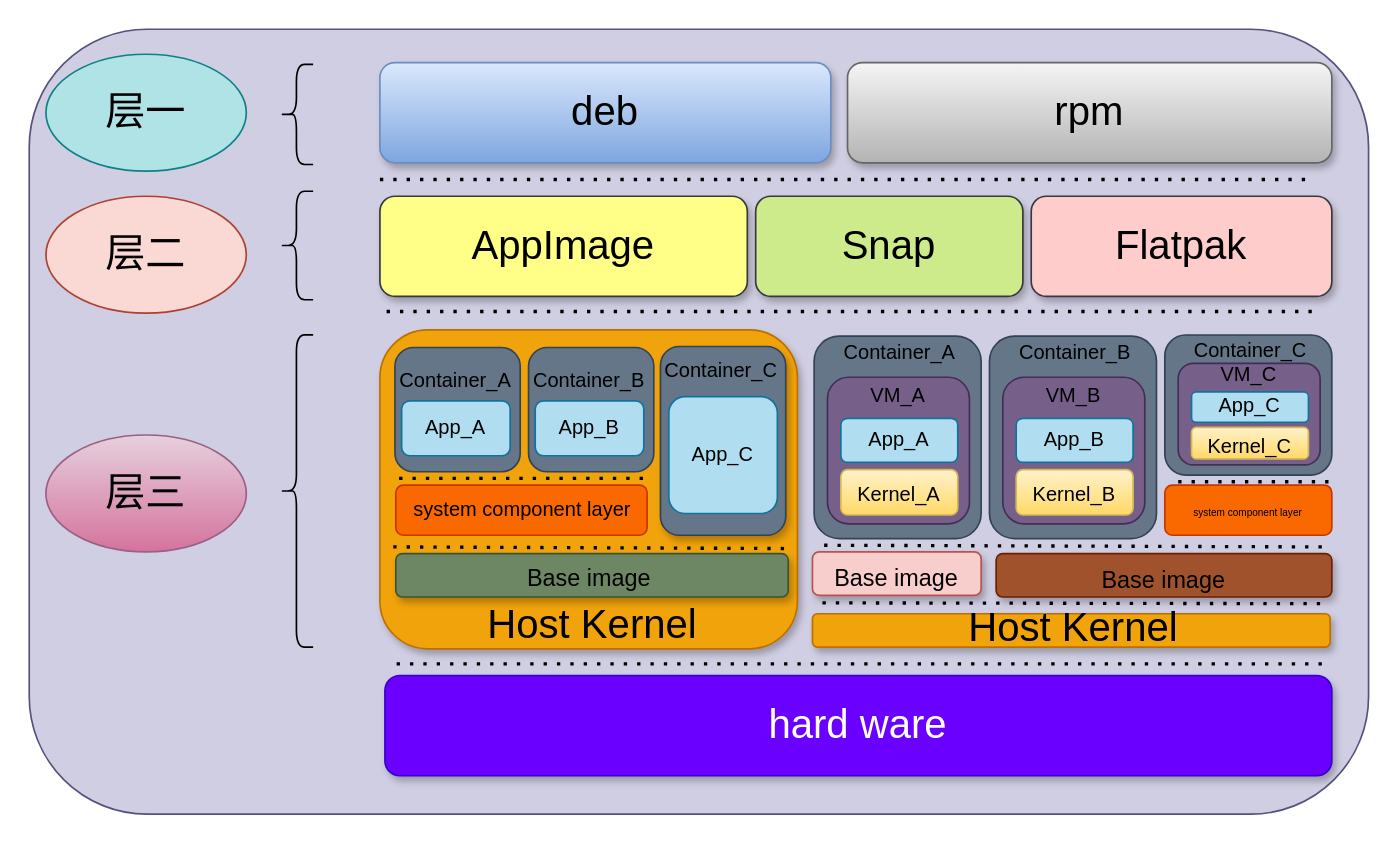
Doorer/draw.io-1 keeps this draw.io diagram as appcomparch.drawio. Above is the earlier version. Source tidied: cells renumbered, new cells numbered last; positions are measured from the earlier drawing's top-left corner, leaving out a move shared by most shapes. Both pictures are drawn from the tidied source at 167%, with x=0, y=0 at pixel (28, 28).
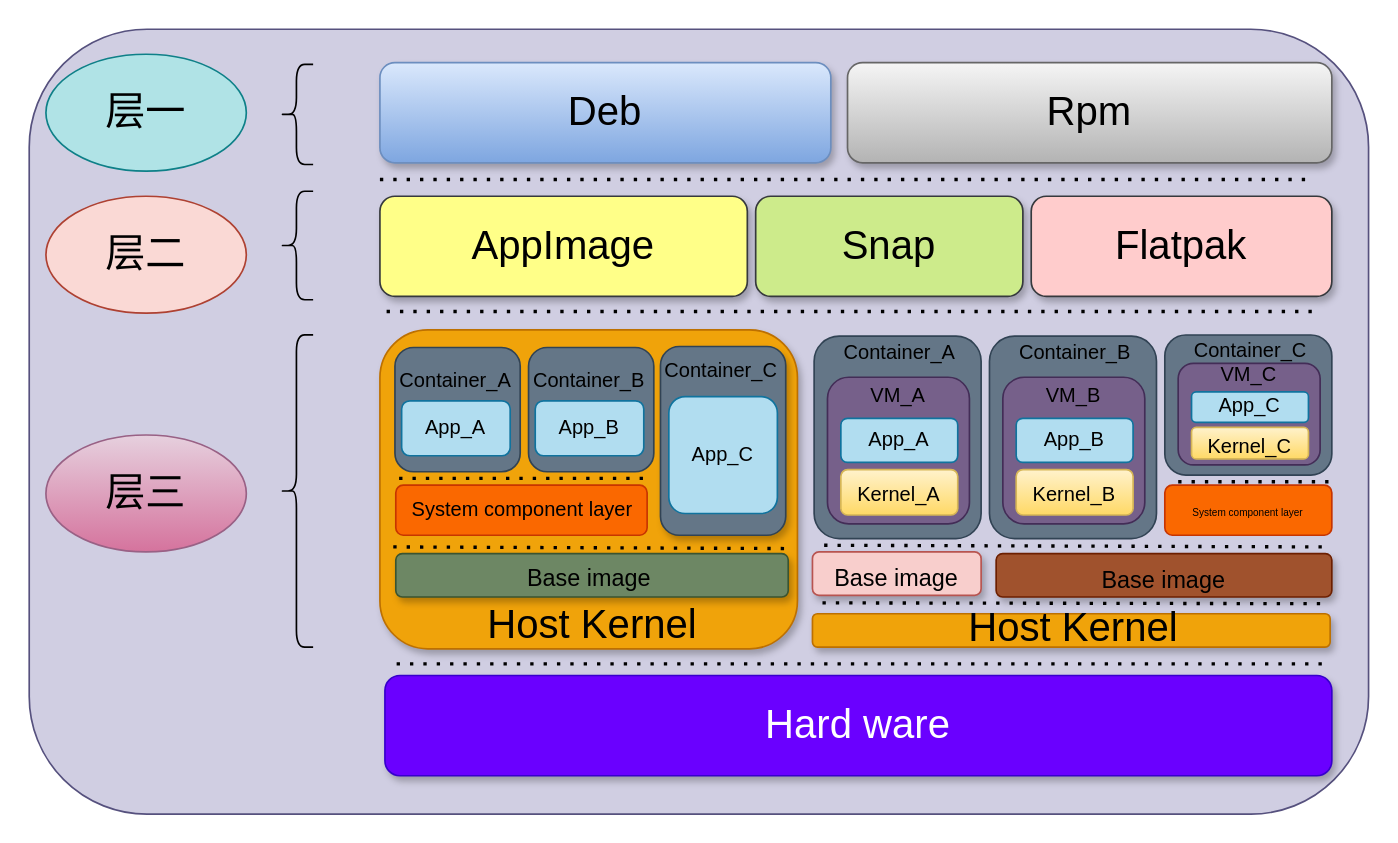
Above is the later version.

Diff of the diagram source:
```diff
@@
-    <mxCell id="5" value="&lt;font style=&quot;font-size: 24px&quot;&gt;deb&lt;/font&gt;" style="rounded=1;whiteSpace=wrap;html=1;fillColor=#dae8fc;gradientColor=#7ea6e0;strokeColor=#6c8ebf;shadow=1;" parent="1" vertex="1">
+    <mxCell id="5" value="&lt;font style=&quot;font-size: 24px&quot;&gt;Deb&lt;/font&gt;" style="rounded=1;whiteSpace=wrap;html=1;fillColor=#dae8fc;gradientColor=#7ea6e0;strokeColor=#6c8ebf;shadow=1;" parent="1" vertex="1">
       <mxGeometry x="210" y="20" width="270" height="60" as="geometry" />
     </mxCell>
-    <mxCell id="6" value="rpm" style="rounded=1;whiteSpace=wrap;html=1;fontSize=24;fillColor=#f5f5f5;gradientColor=#b3b3b3;strokeColor=#666666;shadow=1;" parent="1" vertex="1">
+    <mxCell id="6" value="Rpm" style="rounded=1;whiteSpace=wrap;html=1;fontSize=24;fillColor=#f5f5f5;gradientColor=#b3b3b3;strokeColor=#666666;shadow=1;" parent="1" vertex="1">
       <mxGeometry x="490" y="20" width="290" height="60" as="geometry" />
     </mxCell>
@@
-    <mxCell id="11" value="hard ware" style="rounded=1;whiteSpace=wrap;html=1;fontSize=24;fillColor=#6a00ff;fontColor=#ffffff;strokeColor=#3700CC;shadow=1;" parent="1" vertex="1">
+    <mxCell id="11" value="Hard ware" style="rounded=1;whiteSpace=wrap;html=1;fontSize=24;fillColor=#6a00ff;fontColor=#ffffff;strokeColor=#3700CC;shadow=1;" parent="1" vertex="1">
       <mxGeometry x="213" y="387" width="567" height="60" as="geometry" />
     </mxCell>
@@
-    <mxCell id="29" value="system component layer" style="rounded=1;whiteSpace=wrap;html=1;fontSize=12;strokeColor=#C73500;fillColor=#fa6800;fontColor=#000000;" parent="1" vertex="1">
+    <mxCell id="29" value="System component layer" style="rounded=1;whiteSpace=wrap;html=1;fontSize=12;strokeColor=#C73500;fillColor=#fa6800;fontColor=#000000;" parent="1" vertex="1">
       <mxGeometry x="219.5" y="273" width="150.5" height="30" as="geometry" />
     </mxCell>
@@
-    <mxCell id="56" value="&lt;font style=&quot;font-size: 6px&quot;&gt;system component layer&lt;/font&gt;" style="rounded=1;whiteSpace=wrap;html=1;fontSize=12;strokeColor=#C73500;fillColor=#fa6800;fontColor=#000000;" parent="1" vertex="1">
+    <mxCell id="56" value="&lt;font style=&quot;font-size: 6px&quot;&gt;System component layer&lt;/font&gt;" style="rounded=1;whiteSpace=wrap;html=1;fontSize=12;strokeColor=#C73500;fillColor=#fa6800;fontColor=#000000;" parent="1" vertex="1">
       <mxGeometry x="680" y="273" width="100" height="30" as="geometry" />
     </mxCell>
```
